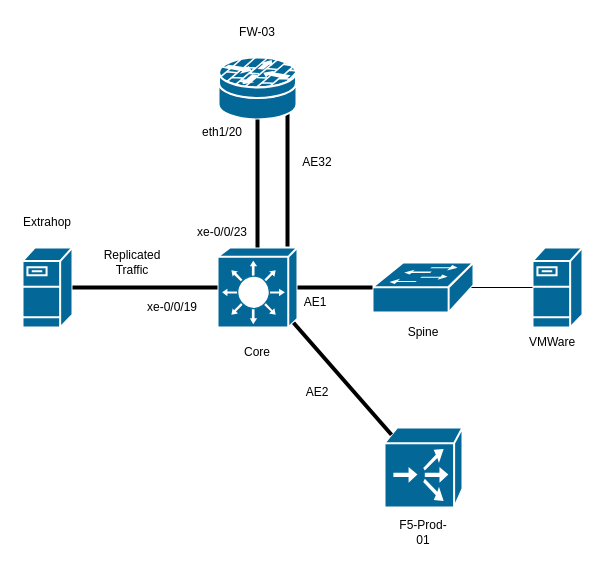
Above: page "HQ_Delta" (2 of 2) of Extrahop_SPAN.drawio in adamrt918/Diagram (draw.io), before the change. Source tidied: cells renumbered, new cells numbered last; positions are measured from the earlier drawing's top-left corner, leaving out a move shared by most shapes. Both pictures are drawn from the tidied source at 100%, with x=0, y=0 at pixel (17, 17).
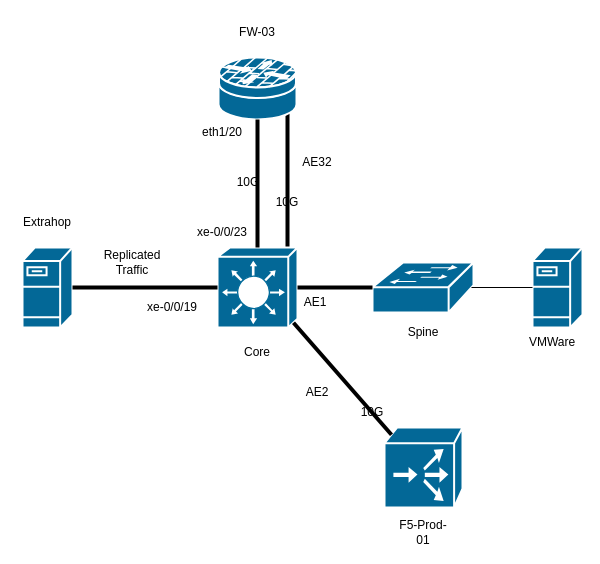
Above is the later version.

The edit, as a diff of the source:
```diff
@@
+    <mxCell id="27" value="10G" style="text;html=1;align=center;verticalAlign=middle;whiteSpace=wrap;rounded=0;" parent="1" vertex="1">
+      <mxGeometry x="201" y="150" width="60" height="30" as="geometry" />
+    </mxCell>
+    <mxCell id="28" value="10G" style="text;html=1;align=center;verticalAlign=middle;whiteSpace=wrap;rounded=0;" parent="1" vertex="1">
+      <mxGeometry x="240" y="170" width="60" height="30" as="geometry" />
+    </mxCell>
+    <mxCell id="29" value="10G" style="text;html=1;align=center;verticalAlign=middle;whiteSpace=wrap;rounded=0;" parent="1" vertex="1">
+      <mxGeometry x="325" y="380" width="60" height="30" as="geometry" />
+    </mxCell>
```
